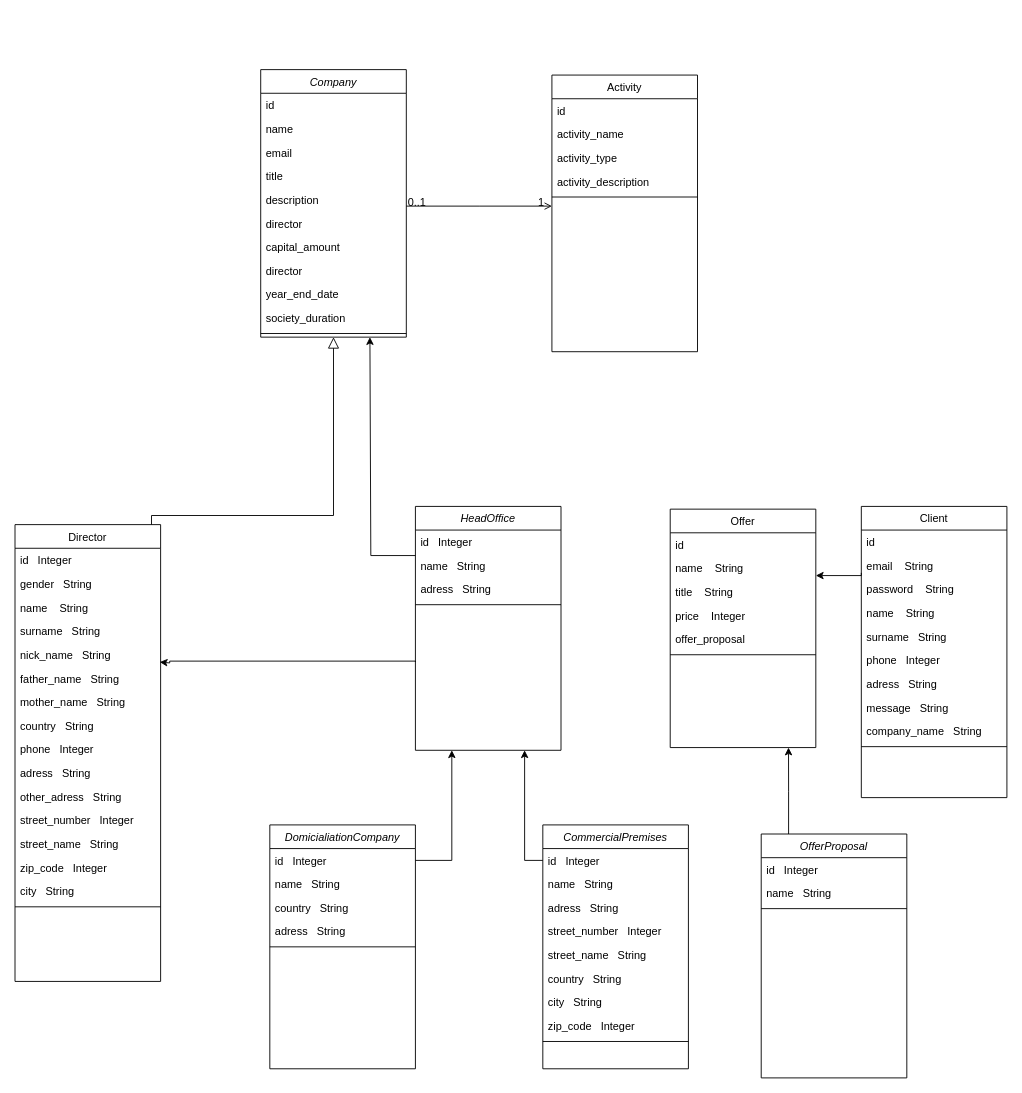
This is Diagramme sans nom.drawio from Mouanzath-IntegraCom/charts, a draw.io file, before an edit. Source tidied: cells renumbered, new cells numbered last; positions are measured from the earlier drawing's top-left corner, leaving out a move shared by most shapes. Both pictures are drawn from the tidied source at 91%, with x=0, y=0 at pixel (15, 69).
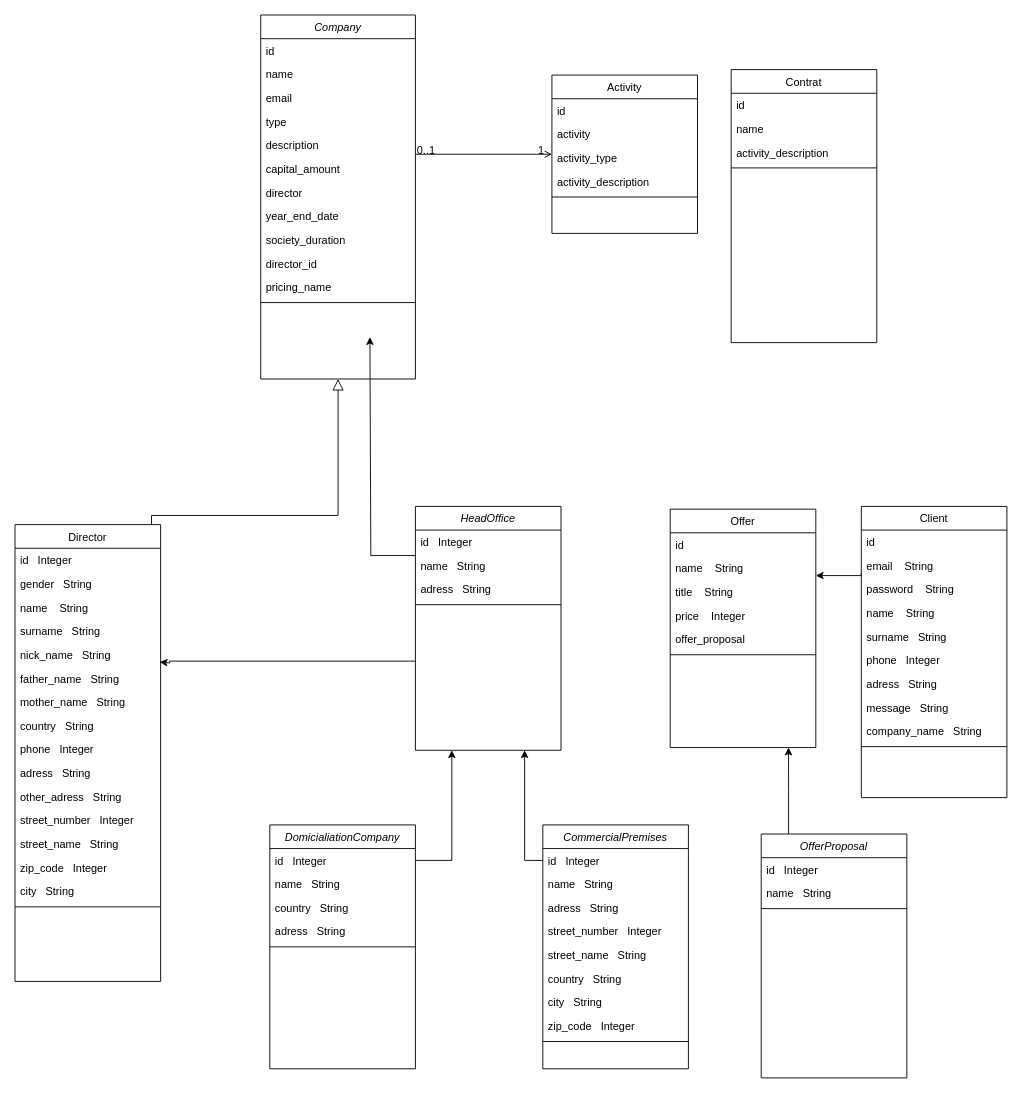
The same page after the edit.

Commit message:
Mettre à jour Diagramme

What changed in the source:
```diff
@@
     <mxCell id="2" value="Company" style="swimlane;fontStyle=2;align=center;verticalAlign=top;horizontal=1;startSize=26;rounded=0;shadow=0;strokeWidth=1;" parent="1" vertex="1">
-      <mxGeometry x="270" width="160" height="294" as="geometry" />
+      <mxGeometry x="270" y="-60" width="170" height="400" as="geometry" />
     </mxCell>
     <mxCell id="3" value="id" style="text;align=left;verticalAlign=top;spacingLeft=4;spacingRight=4;overflow=hidden;" parent="2" vertex="1">
-      <mxGeometry y="26" width="160" height="26" as="geometry" />
+      <mxGeometry y="26" width="170" height="26" as="geometry" />
     </mxCell>
     <mxCell id="4" value="name" style="text;align=left;verticalAlign=top;spacingLeft=4;spacingRight=4;overflow=hidden;" parent="2" vertex="1">
-      <mxGeometry y="52" width="160" height="26" as="geometry" />
+      <mxGeometry y="52" width="170" height="26" as="geometry" />
     </mxCell>
     <mxCell id="5" value="email" style="text;align=left;verticalAlign=top;spacingLeft=4;spacingRight=4;overflow=hidden;rounded=0;shadow=0;html=0;" parent="2" vertex="1">
-      <mxGeometry y="78" width="160" height="26" as="geometry" />
+      <mxGeometry y="78" width="170" height="26" as="geometry" />
     </mxCell>
-    <mxCell id="6" value="title" style="text;align=left;verticalAlign=top;spacingLeft=4;spacingRight=4;overflow=hidden;rounded=0;shadow=0;html=0;" parent="2" vertex="1">
-      <mxGeometry y="104" width="160" height="26" as="geometry" />
+    <mxCell id="6" value="type" style="text;align=left;verticalAlign=top;spacingLeft=4;spacingRight=4;overflow=hidden;rounded=0;shadow=0;html=0;" parent="2" vertex="1">
+      <mxGeometry y="104" width="170" height="26" as="geometry" />
     </mxCell>
     <mxCell id="7" value="description" style="text;align=left;verticalAlign=top;spacingLeft=4;spacingRight=4;overflow=hidden;rounded=0;shadow=0;html=0;" parent="2" vertex="1">
-      <mxGeometry y="130" width="160" height="26" as="geometry" />
+      <mxGeometry y="130" width="170" height="26" as="geometry" />
     </mxCell>
-    <mxCell id="8" value="director" style="text;align=left;verticalAlign=top;spacingLeft=4;spacingRight=4;overflow=hidden;rounded=0;shadow=0;html=0;" parent="2" vertex="1">
-      <mxGeometry y="156" width="160" height="26" as="geometry" />
-    </mxCell>
     <mxCell id="9" value="capital_amount" style="text;align=left;verticalAlign=top;spacingLeft=4;spacingRight=4;overflow=hidden;rounded=0;shadow=0;html=0;" parent="2" vertex="1">
-      <mxGeometry y="182" width="160" height="26" as="geometry" />
+      <mxGeometry y="156" width="170" height="26" as="geometry" />
     </mxCell>
     <mxCell id="10" value="director" style="text;align=left;verticalAlign=top;spacingLeft=4;spacingRight=4;overflow=hidden;rounded=0;shadow=0;html=0;" parent="2" vertex="1">
-      <mxGeometry y="208" width="160" height="26" as="geometry" />
+      <mxGeometry y="182" width="170" height="26" as="geometry" />
     </mxCell>
     <mxCell id="11" value="year_end_date" style="text;align=left;verticalAlign=top;spacingLeft=4;spacingRight=4;overflow=hidden;rounded=0;shadow=0;html=0;" parent="2" vertex="1">
-      <mxGeometry y="234" width="160" height="26" as="geometry" />
+      <mxGeometry y="208" width="170" height="26" as="geometry" />
     </mxCell>
+    <mxCell id="90" value="society_duration" style="text;align=left;verticalAlign=top;spacingLeft=4;spacingRight=4;overflow=hidden;rounded=0;shadow=0;html=0;" parent="2" vertex="1">
+      <mxGeometry y="234" width="170" height="26" as="geometry" />
+    </mxCell>
-    <mxCell id="12" value="society_duration" style="text;align=left;verticalAlign=top;spacingLeft=4;spacingRight=4;overflow=hidden;rounded=0;shadow=0;html=0;" parent="2" vertex="1">
-      <mxGeometry y="260" width="160" height="26" as="geometry" />
+    <mxCell id="12" value="director_id" style="text;align=left;verticalAlign=top;spacingLeft=4;spacingRight=4;overflow=hidden;rounded=0;shadow=0;html=0;" parent="2" vertex="1">
+      <mxGeometry y="260" width="170" height="26" as="geometry" />
     </mxCell>
+    <mxCell id="91" value="pricing_name" style="text;align=left;verticalAlign=top;spacingLeft=4;spacingRight=4;overflow=hidden;rounded=0;shadow=0;html=0;" parent="2" vertex="1">
+      <mxGeometry y="286" width="170" height="26" as="geometry" />
+    </mxCell>
     <mxCell id="13" style="line;html=1;strokeWidth=1;align=left;verticalAlign=middle;spacingTop=-1;spacingLeft=3;spacingRight=3;labelPosition=right;" parent="2" vertex="1">
-      <mxGeometry y="286" width="160" height="8" as="geometry" />
+      <mxGeometry y="312" width="170" height="8" as="geometry" />
     </mxCell>
@@
     <mxCell id="32" value="Activity" style="swimlane;fontStyle=0;align=center;verticalAlign=top;horizontal=1;startSize=26;rounded=0;shadow=0;strokeWidth=1;" parent="1" vertex="1">
-      <mxGeometry x="590" y="6" width="160" height="304" as="geometry" />
+      <mxGeometry x="590" y="6" width="160" height="174" as="geometry" />
     </mxCell>
@@
-    <mxCell id="34" value="activity_name" style="text;align=left;verticalAlign=top;spacingLeft=4;spacingRight=4;overflow=hidden;rounded=0;shadow=0;html=0;" parent="32" vertex="1">
+    <mxCell id="34" value="activity&#10;" style="text;align=left;verticalAlign=top;spacingLeft=4;spacingRight=4;overflow=hidden;rounded=0;shadow=0;html=0;" parent="32" vertex="1">
       <mxGeometry y="52" width="160" height="26" as="geometry" />
     </mxCell>
@@
+    <mxCell id="92" value="Contrat" style="swimlane;fontStyle=0;align=center;verticalAlign=top;horizontal=1;startSize=26;rounded=0;shadow=0;strokeWidth=1;" parent="1" vertex="1">
+      <mxGeometry x="787" width="160" height="300" as="geometry" />
+    </mxCell>
+    <mxCell id="93" value="id" style="text;align=left;verticalAlign=top;spacingLeft=4;spacingRight=4;overflow=hidden;" parent="92" vertex="1">
+      <mxGeometry y="26" width="160" height="26" as="geometry" />
+    </mxCell>
+    <mxCell id="94" value="name" style="text;align=left;verticalAlign=top;spacingLeft=4;spacingRight=4;overflow=hidden;rounded=0;shadow=0;html=0;" parent="92" vertex="1">
+      <mxGeometry y="52" width="160" height="26" as="geometry" />
+    </mxCell>
+    <mxCell id="95" value="activity_description" style="text;align=left;verticalAlign=top;spacingLeft=4;spacingRight=4;overflow=hidden;rounded=0;shadow=0;html=0;" parent="92" vertex="1">
+      <mxGeometry y="78" width="160" height="26" as="geometry" />
+    </mxCell>
+    <mxCell id="96" style="line;html=1;strokeWidth=1;align=left;verticalAlign=middle;spacingTop=-1;spacingLeft=3;spacingRight=3;labelPosition=right;" parent="92" vertex="1">
+      <mxGeometry y="104" width="160" height="8" as="geometry" />
+    </mxCell>
```
